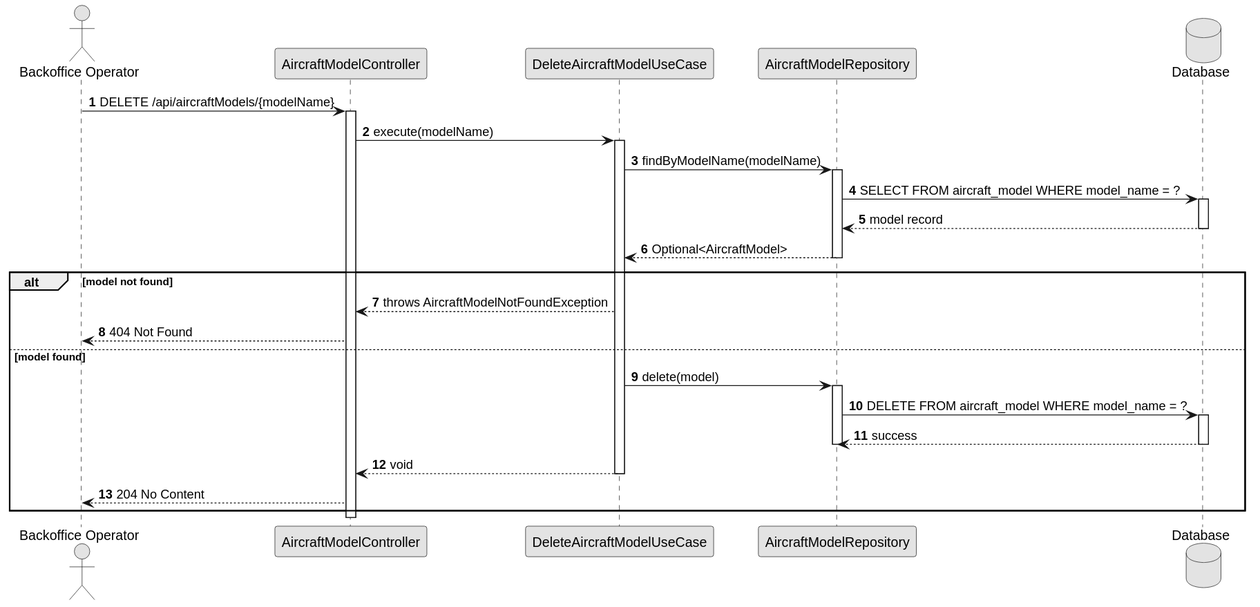
Earlier version of the PlantUML export docs/system-documentation/use-cases/WP1A/US109/svg/sd_us109.svg (VascoMagolo/psoft_1231562_1241692_1242036_2db). The source it was exported from:
```plantuml
@startuml
autonumber
skinparam monochrome true
skinparam packageStyle rect
skinparam shadowing false

actor "Backoffice Operator" as BO
participant "AircraftModelController" as Ctrl
participant "DeleteAircraftModelUseCase" as UC
participant "AircraftModelRepository" as Repo
database "Database" as DB

BO -> Ctrl : DELETE /api/aircraftModels/{modelName}
activate Ctrl

Ctrl -> UC : execute(modelName)
activate UC

UC -> Repo : findByModelName(modelName)
activate Repo
Repo -> DB : SELECT FROM aircraft_model WHERE model_name = ?
activate DB
DB --> Repo : model record
deactivate DB
Repo --> UC : Optional<AircraftModel>
deactivate Repo

alt model not found
    UC --> Ctrl : throws AircraftModelNotFoundException
    Ctrl --> BO : 404 Not Found
else model found
    UC -> Repo : delete(model)
    activate Repo
    Repo -> DB : DELETE FROM aircraft_model WHERE model_name = ?
    activate DB
    DB --> Repo : success
    deactivate DB
    deactivate Repo
    UC --> Ctrl : void
    deactivate UC
    Ctrl --> BO : 204 No Content
end

deactivate Ctrl
@enduml
```
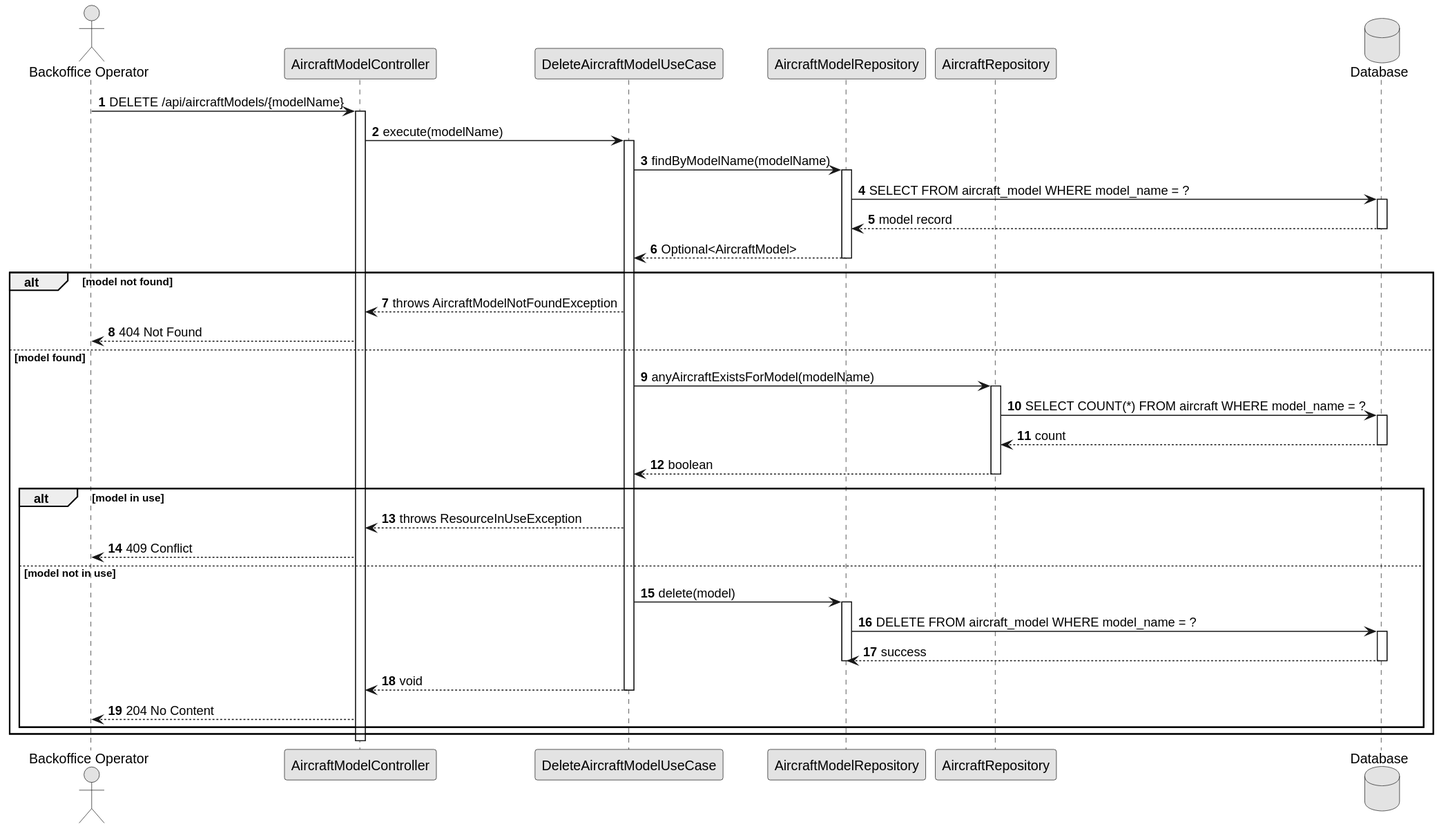
The same diagram one commit later.

Diff of the diagram source:
```diff
@@ -8,6 +8,7 @@
 participant "AircraftModelController" as Ctrl
 participant "DeleteAircraftModelUseCase" as UC
 participant "AircraftModelRepository" as Repo
+participant "AircraftRepository" as Repo2
 database "Database" as DB
 
 BO -> Ctrl : DELETE /api/aircraftModels/{modelName}
@@ -29,16 +30,30 @@
     UC --> Ctrl : throws AircraftModelNotFoundException
     Ctrl --> BO : 404 Not Found
 else model found
-    UC -> Repo : delete(model)
-    activate Repo
-    Repo -> DB : DELETE FROM aircraft_model WHERE model_name = ?
+    UC -> Repo2 : anyAircraftExistsForModel(modelName)
+    activate Repo2
+    Repo2 -> DB : SELECT COUNT(*) FROM aircraft WHERE model_name = ?
     activate DB
-    DB --> Repo : success
+    DB --> Repo2 : count
     deactivate DB
-    deactivate Repo
-    UC --> Ctrl : void
-    deactivate UC
-    Ctrl --> BO : 204 No Content
+    Repo2 --> UC : boolean
+    deactivate Repo2
+
+    alt model in use
+        UC --> Ctrl : throws ResourceInUseException
+        Ctrl --> BO : 409 Conflict
+    else model not in use
+        UC -> Repo : delete(model)
+        activate Repo
+        Repo -> DB : DELETE FROM aircraft_model WHERE model_name = ?
+        activate DB
+        DB --> Repo : success
+        deactivate DB
+        deactivate Repo
+        UC --> Ctrl : void
+        deactivate UC
+        Ctrl --> BO : 204 No Content
+    end
 end
 
 deactivate Ctrl
```
